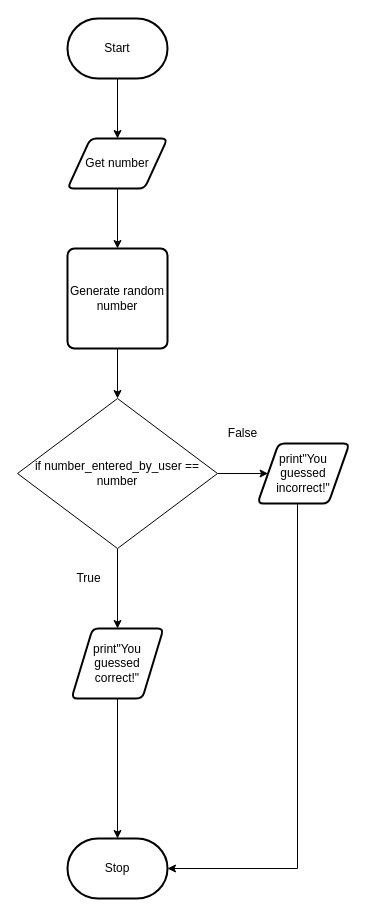
michael-clermont1/ICS3U-Unit4-06-Python keeps this draw.io diagram as flowchart.drawio. Above is the earlier version. Source tidied: cells renumbered, new cells numbered last; positions are measured from the earlier drawing's top-left corner, leaving out a move shared by most shapes. Both pictures are drawn from the tidied source at 100%, with x=0, y=0 at pixel (17, 18).
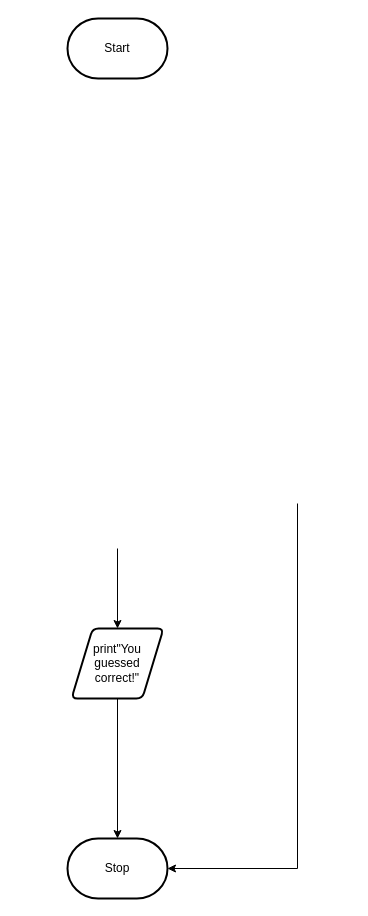
After the change.

The edit, as a diff of the source:
```diff
@@
 <mxGraphModel>
   <root>
     <mxCell id="0" />
     <mxCell id="1" parent="0" />
-    <mxCell id="2" style="edgeStyle=orthogonalEdgeStyle;rounded=0;html=1;exitX=0.5;exitY=1;exitDx=0;exitDy=0;entryX=0.5;entryY=0;entryDx=0;entryDy=0;" parent="1" edge="1" source="3" target="17">
-      <mxGeometry relative="1" as="geometry" />
-    </mxCell>
-    <mxCell id="3" value="Get number" style="shape=parallelogram;html=1;strokeWidth=2;perimeter=parallelogramPerimeter;whiteSpace=wrap;rounded=1;arcSize=12;size=0.23;" parent="1" vertex="1">
-      <mxGeometry x="50" y="120" width="100" height="50" as="geometry" />
-    </mxCell>
-    <mxCell id="4" style="edgeStyle=orthogonalEdgeStyle;rounded=0;html=1;entryX=0.5;entryY=0;entryDx=0;entryDy=0;" parent="1" edge="1" source="5" target="3">
-      <mxGeometry relative="1" as="geometry" />
-    </mxCell>
     <mxCell id="5" value="Start" style="strokeWidth=2;html=1;shape=mxgraph.flowchart.terminator;whiteSpace=wrap;" parent="1" vertex="1">
       <mxGeometry x="50" width="100" height="60" as="geometry" />
     </mxCell>
     <mxCell id="6" value="Stop" style="strokeWidth=2;html=1;shape=mxgraph.flowchart.terminator;whiteSpace=wrap;" parent="1" vertex="1">
       <mxGeometry x="50" y="820" width="100" height="60" as="geometry" />
     </mxCell>
     <mxCell id="7" style="edgeStyle=orthogonalEdgeStyle;rounded=0;html=1;entryX=0.5;entryY=0;entryDx=0;entryDy=0;entryPerimeter=0;" parent="1" edge="1" source="8" target="6">
       <mxGeometry relative="1" as="geometry" />
     </mxCell>
     <mxCell id="8" value="print&quot;You guessed correct!&quot;" style="shape=parallelogram;html=1;strokeWidth=2;perimeter=parallelogramPerimeter;whiteSpace=wrap;rounded=1;arcSize=12;size=0.23;" parent="1" vertex="1">
       <mxGeometry x="54" y="610" width="92" height="70" as="geometry" />
     </mxCell>
-    <mxCell id="9" style="edgeStyle=orthogonalEdgeStyle;rounded=0;html=1;entryX=1;entryY=0.5;entryDx=0;entryDy=0;entryPerimeter=0;" parent="1" edge="1" source="10" target="6">
+    <mxCell id="9" style="edgeStyle=orthogonalEdgeStyle;rounded=0;html=1;entryX=1;entryY=0.5;entryDx=0;entryDy=0;entryPerimeter=0;" parent="1" edge="1" target="6">
       <mxGeometry relative="1" as="geometry">
+        <mxPoint x="280" y="485" as="sourcePoint" />
         <Array as="points">
           <mxPoint x="280" y="850" />
         </Array>
       </mxGeometry>
     </mxCell>
-    <mxCell id="10" value="print&quot;You guessed incorrect!&quot;" style="shape=parallelogram;html=1;strokeWidth=2;perimeter=parallelogramPerimeter;whiteSpace=wrap;rounded=1;arcSize=12;size=0.23;" parent="1" vertex="1">
-      <mxGeometry x="240" y="425" width="92" height="60" as="geometry" />
-    </mxCell>
-    <mxCell id="11" style="edgeStyle=none;html=1;entryX=0.5;entryY=0;entryDx=0;entryDy=0;" parent="1" edge="1" source="13" target="8">
-      <mxGeometry relative="1" as="geometry" />
+    <mxCell id="11" style="edgeStyle=none;html=1;entryX=0.5;entryY=0;entryDx=0;entryDy=0;" parent="1" edge="1" target="8">
+      <mxGeometry relative="1" as="geometry">
+        <mxPoint x="100" y="530" as="sourcePoint" />
+      </mxGeometry>
     </mxCell>
-    <mxCell id="12" style="edgeStyle=orthogonalEdgeStyle;html=1;entryX=0;entryY=0.5;entryDx=0;entryDy=0;" parent="1" edge="1" source="13" target="10">
-      <mxGeometry relative="1" as="geometry" />
-    </mxCell>
-    <mxCell id="13" value="&lt;span&gt;if number_entered_by_user == number&lt;/span&gt;" style="rhombus;whiteSpace=wrap;html=1;" parent="1" vertex="1">
-      <mxGeometry y="380" width="200" height="150" as="geometry" />
-    </mxCell>
-    <mxCell id="14" value="False" style="text;html=1;align=center;verticalAlign=middle;fillColor=none;strokeColor=none;rounded=0;" parent="1" vertex="1">
-      <mxGeometry x="200" y="405" width="50" height="20" as="geometry" />
-    </mxCell>
-    <mxCell id="15" value="True" style="text;html=1;align=center;verticalAlign=middle;fillColor=none;strokeColor=none;rounded=0;" parent="1" vertex="1">
-      <mxGeometry x="51" y="550" width="40" height="20" as="geometry" />
-    </mxCell>
-    <mxCell id="16" style="edgeStyle=orthogonalEdgeStyle;rounded=0;html=1;entryX=0.5;entryY=0;entryDx=0;entryDy=0;" parent="1" edge="1" source="17" target="13">
-      <mxGeometry relative="1" as="geometry" />
-    </mxCell>
-    <mxCell id="17" value="Generate random number" style="rounded=1;whiteSpace=wrap;html=1;absoluteArcSize=1;arcSize=14;strokeWidth=2;" parent="1" vertex="1">
-      <mxGeometry x="50" y="230" width="100" height="100" as="geometry" />
-    </mxCell>
   </root>
 </mxGraphModel>
```
